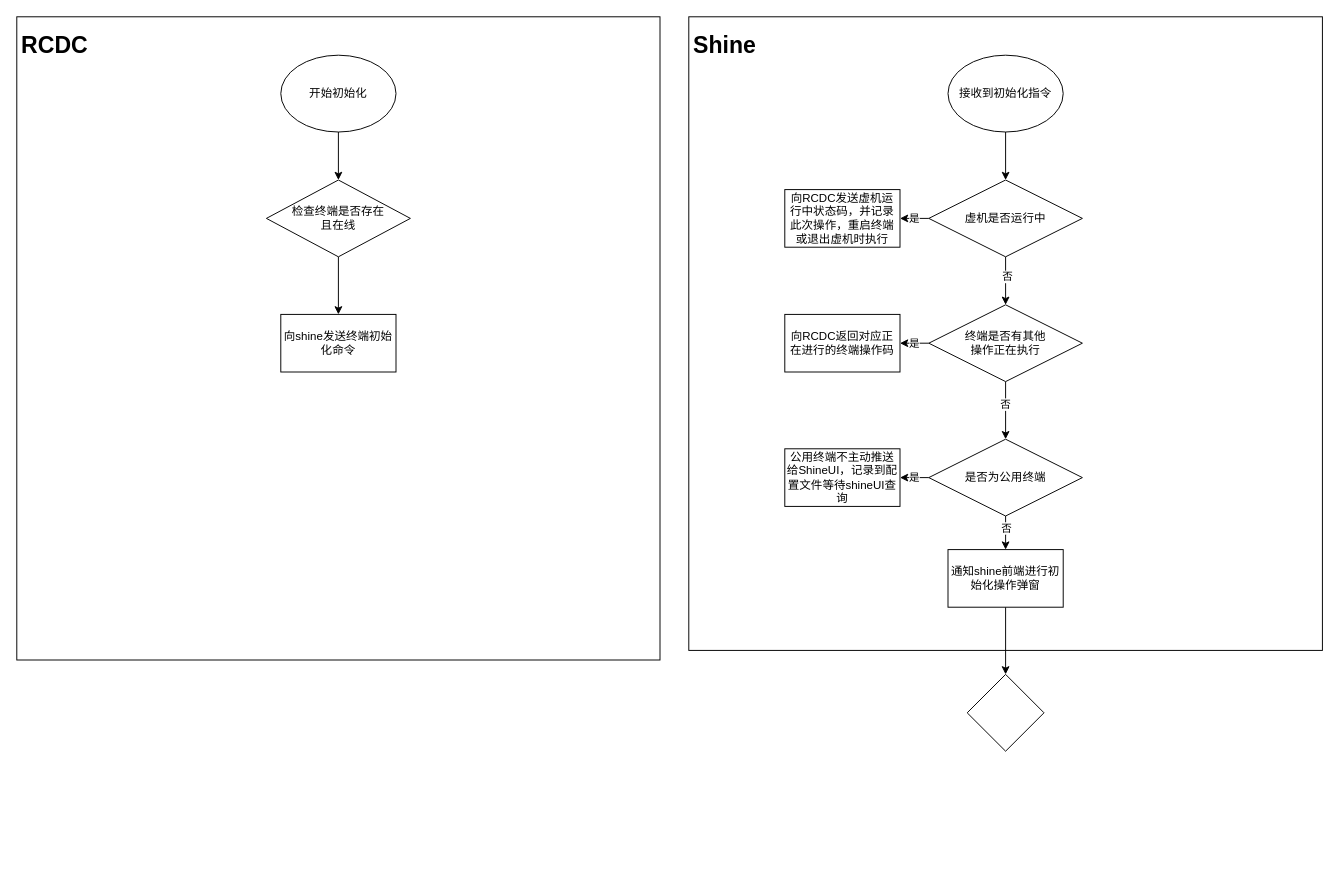
This is Untitled Diagram.drawio from SkinShrimpCong/MyProject, a draw.io file, before an edit. Source tidied: cells renumbered, new cells numbered last; positions are measured from the earlier drawing's top-left corner, leaving out a move shared by most shapes. Both pictures are drawn from the tidied source at 96%, with x=0, y=0 at pixel (16, 16).
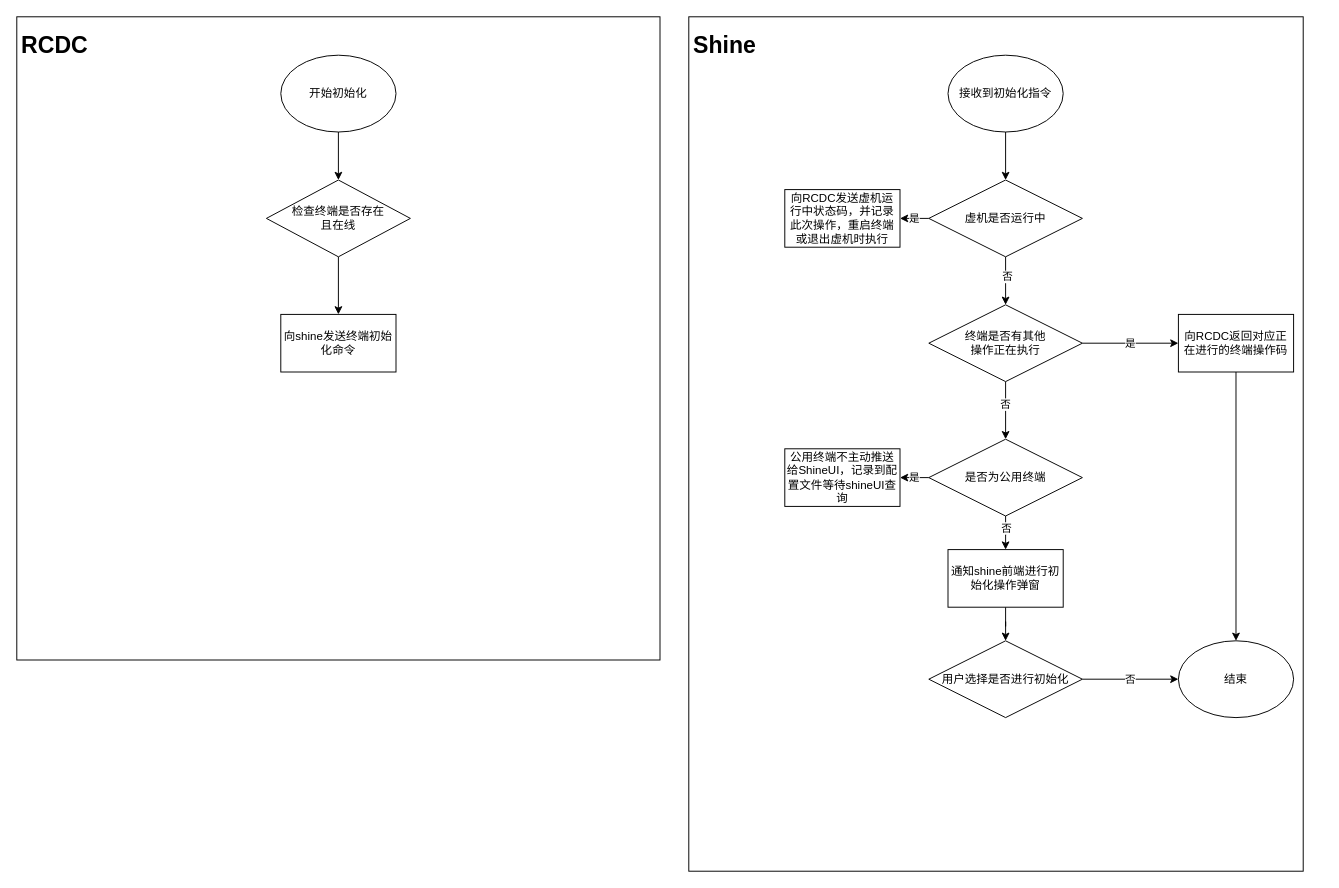
Above is the later version.

Unchanged cells that the change refers to:
```xml
<mxCell id="26" value="通知shine前端进行初始化操作弹窗" style="whiteSpace=wrap;html=1;fillColor=#FFFFFF;" parent="1" vertex="1">
  <mxGeometry x="970" y="555" width="120" height="60" as="geometry" />
</mxCell>
```

Diff of the diagram source:
```diff
@@
     <mxCell id="9" style="whiteSpace=wrap;html=1;fillColor=#FFFFFF;" parent="1" vertex="1">
-      <mxGeometry x="700" width="660" height="660" as="geometry" />
+      <mxGeometry x="700" width="640" height="890" as="geometry" />
     </mxCell>
@@
-    <mxCell id="25" style="edgeStyle=orthogonalEdgeStyle;rounded=0;jettySize=auto;html=1;" parent="1" edge="1" source="26" target="30">
-      <mxGeometry relative="1" as="geometry" />
-    </mxCell>
+    <mxCell id="31" style="edgeStyle=orthogonalEdgeStyle;rounded=0;jettySize=auto;html=1;" parent="1" edge="1" source="26" target="34">
+      <mxGeometry relative="1" as="geometry" />
+    </mxCell>
@@
+    <mxCell id="32" style="edgeStyle=orthogonalEdgeStyle;rounded=0;jettySize=auto;html=1;exitX=0.5;exitY=1;exitDx=0;exitDy=0;" parent="1" edge="1" source="28" target="35">
+      <mxGeometry relative="1" as="geometry" />
+    </mxCell>
     <mxCell id="28" value="向RCDC返回对应正在进行的终端操作码" style="whiteSpace=wrap;html=1;fillColor=#FFFFFF;" parent="1" vertex="1">
-      <mxGeometry x="800" y="310" width="120" height="60" as="geometry" />
+      <mxGeometry x="1210" y="310" width="120" height="60" as="geometry" />
     </mxCell>
@@
-    <mxCell id="30" style="rhombus;whiteSpace=wrap;html=1;fillColor=#FFFFFF;" parent="1" vertex="1">
-      <mxGeometry x="990" y="685" width="80" height="80" as="geometry" />
-    </mxCell>
+    <mxCell id="33" value="否" style="edgeStyle=orthogonalEdgeStyle;rounded=0;jettySize=auto;html=1;" parent="1" edge="1" source="34" target="35">
+      <mxGeometry relative="1" as="geometry" />
+    </mxCell>
+    <mxCell id="34" value="用户选择是否进行初始化" style="rhombus;whiteSpace=wrap;html=1;fillColor=#FFFFFF;" parent="1" vertex="1">
+      <mxGeometry x="950" y="650" width="160" height="80" as="geometry" />
+    </mxCell>
+    <mxCell id="35" value="结束" style="ellipse;whiteSpace=wrap;html=1;fillColor=#FFFFFF;" parent="1" vertex="1">
+      <mxGeometry x="1210" y="650" width="120" height="80" as="geometry" />
+    </mxCell>
```
